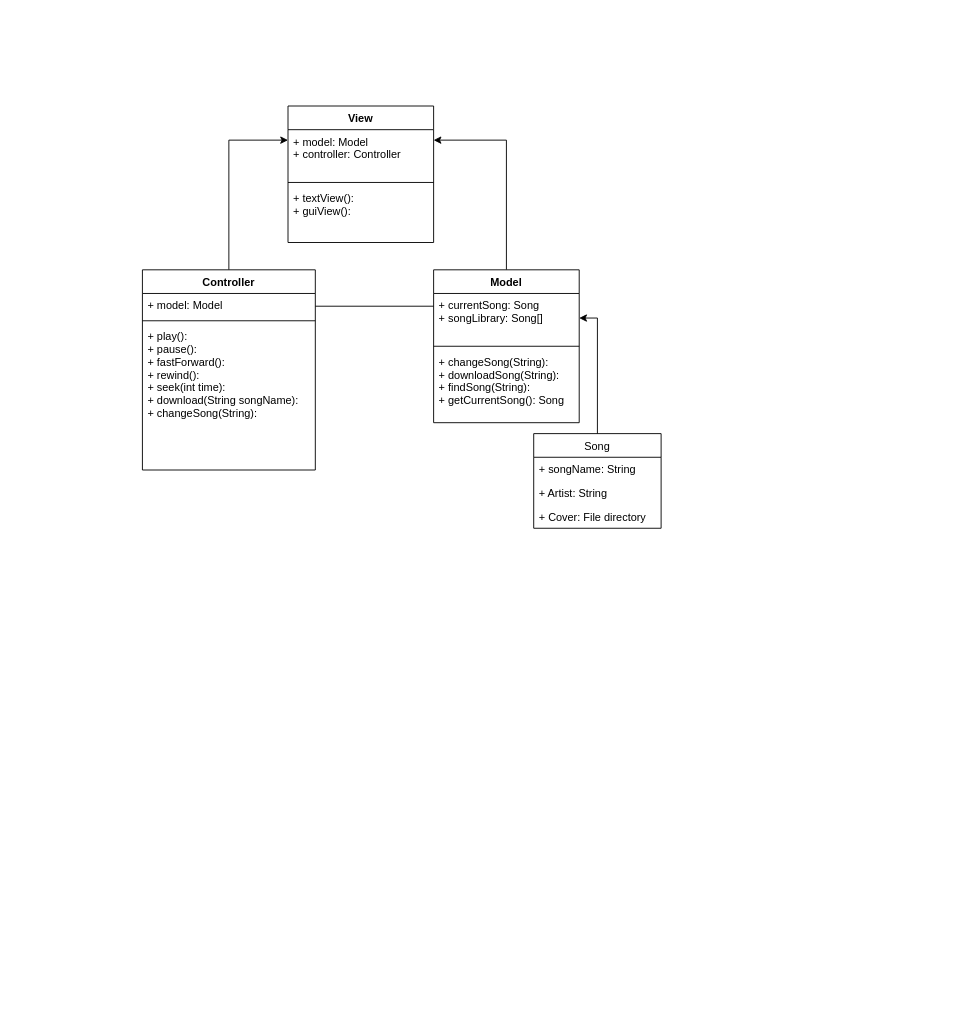
The draw.io diagram MusicPlayer.drawio in mygreentae/MusciPlayer, before the edit. Source tidied: cells renumbered, new cells numbered last; positions are measured from the earlier drawing's top-left corner, leaving out a move shared by most shapes. Both pictures are drawn from the tidied source at 91%, with x=0, y=0 at pixel (142, 106).
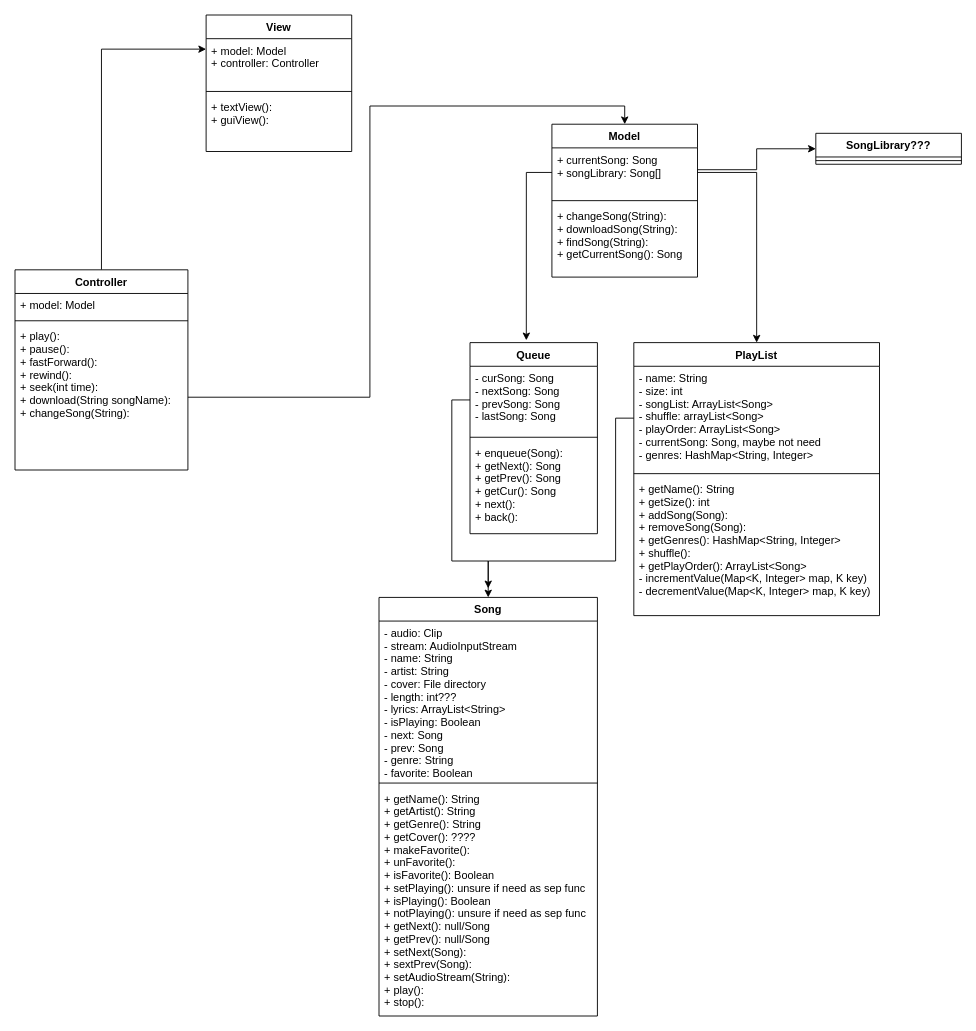
The same diagram, later.

The change refers to these unchanged cells:
```xml
<mxCell id="4" value="+ currentSong: Song&#10;+ songLibrary: Song[]" style="text;strokeColor=none;fillColor=none;align=left;verticalAlign=top;spacingLeft=4;spacingRight=4;overflow=hidden;points=[[0,0.5],[1,0.5]];portConstraint=eastwest;" parent="3" vertex="1">
  <mxGeometry y="26" width="160" height="54" as="geometry" />
</mxCell>
<mxCell id="11" value="+ play():&#10;+ pause():&#10;+ fastForward():&#10;+ rewind():&#10;+ seek(int time):&#10;+ download(String songName):&#10;+ changeSong(String):" style="text;strokeColor=none;fillColor=none;align=left;verticalAlign=top;spacingLeft=4;spacingRight=4;overflow=hidden;points=[[0,0.5],[1,0.5]];portConstraint=eastwest;" parent="8" vertex="1">
  <mxGeometry y="60" width="190" height="160" as="geometry" />
</mxCell>
```

What changed in the source:
```diff
@@
-    <mxCell id="2" style="edgeStyle=orthogonalEdgeStyle;rounded=0;jettySize=auto;html=1;exitX=0.5;exitY=0;exitDx=0;exitDy=0;entryX=1;entryY=0.25;entryDx=0;entryDy=0;" parent="1" edge="1" source="3" target="12">
-      <mxGeometry relative="1" as="geometry" />
-    </mxCell>
+    <mxCell id="22" style="edgeStyle=orthogonalEdgeStyle;rounded=0;jettySize=auto;html=1;entryX=0;entryY=0.5;entryDx=0;entryDy=0;" parent="1" edge="1" source="3" target="39">
+      <mxGeometry relative="1" as="geometry">
+        <Array as="points">
+          <mxPoint x="675" y="70" />
+          <mxPoint x="675" y="47" />
+        </Array>
+      </mxGeometry>
+    </mxCell>
     <mxCell id="3" value="Model" style="swimlane;fontStyle=1;align=center;verticalAlign=top;horizontal=1;startSize=26;" parent="1" vertex="1">
-      <mxGeometry x="320" y="180" width="160" height="168" as="geometry" />
+      <mxGeometry x="450" y="20" width="160" height="168" as="geometry" />
     </mxCell>
@@
     <mxCell id="8" value="Controller" style="swimlane;fontStyle=1;align=center;verticalAlign=top;horizontal=1;startSize=26;" parent="1" vertex="1">
-      <mxGeometry y="180" width="190" height="220" as="geometry" />
+      <mxGeometry x="-140" y="180" width="190" height="220" as="geometry" />
     </mxCell>
@@
     <mxCell id="12" value="View" style="swimlane;fontStyle=1;align=center;verticalAlign=top;horizontal=1;startSize=26;" parent="1" vertex="1">
-      <mxGeometry x="160" width="160" height="150" as="geometry" />
+      <mxGeometry x="70" y="-100" width="160" height="150" as="geometry" />
     </mxCell>
@@
-    <mxCell id="16" style="endArrow=none;html=1;edgeStyle=orthogonalEdgeStyle;rounded=0;" parent="1" edge="1">
-      <mxGeometry relative="1" as="geometry">
-        <mxPoint x="190" y="220" as="sourcePoint" />
-        <mxPoint x="320" y="220" as="targetPoint" />
-      </mxGeometry>
-    </mxCell>
-    <mxCell id="17" style="edgeStyle=orthogonalEdgeStyle;rounded=0;jettySize=auto;html=1;exitX=0.5;exitY=0;exitDx=0;exitDy=0;entryX=1;entryY=0.5;entryDx=0;entryDy=0;" parent="1" edge="1" source="18" target="4">
-      <mxGeometry relative="1" as="geometry" />
-    </mxCell>
+    <mxCell id="23" value="PlayList" style="swimlane;fontStyle=1;align=center;verticalAlign=top;horizontal=1;startSize=26;" parent="1" vertex="1">
+      <mxGeometry x="540" y="260" width="270" height="300" as="geometry" />
+    </mxCell>
+    <mxCell id="24" value="- name: String&#10;- size: int&#10;- songList: ArrayList&lt;Song&gt;&#10;- shuffle: arrayList&lt;Song&gt;&#10;- playOrder: ArrayList&lt;Song&gt;&#10;- currentSong: Song, maybe not need&#10;- genres: HashMap&lt;String, Integer&gt;" style="text;strokeColor=none;fillColor=none;align=left;verticalAlign=top;spacingLeft=4;spacingRight=4;overflow=hidden;points=[[0,0.5],[1,0.5]];portConstraint=eastwest;" parent="23" vertex="1">
+      <mxGeometry y="26" width="270" height="114" as="geometry" />
+    </mxCell>
+    <mxCell id="25" style="line;strokeWidth=1;fillColor=none;align=left;verticalAlign=middle;spacingTop=-1;spacingLeft=3;spacingRight=3;labelPosition=right;" parent="23" vertex="1">
+      <mxGeometry y="140" width="270" height="8" as="geometry" />
+    </mxCell>
+    <mxCell id="26" value="+ getName(): String&#10;+ getSize(): int&#10;+ addSong(Song):&#10;+ removeSong(Song):&#10;+ getGenres(): HashMap&lt;String, Integer&gt;&#10;+ shuffle(): &#10;+ getPlayOrder(): ArrayList&lt;Song&gt;&#10;- incrementValue(Map&lt;K, Integer&gt; map, K key)&#10;- decrementValue(Map&lt;K, Integer&gt; map, K key)" style="text;strokeColor=none;fillColor=none;align=left;verticalAlign=top;spacingLeft=4;spacingRight=4;overflow=hidden;" parent="23" vertex="1">
+      <mxGeometry y="148" width="270" height="152" as="geometry" />
+    </mxCell>
+    <mxCell id="27" value="Queue" style="swimlane;fontStyle=1;align=center;verticalAlign=top;horizontal=1;startSize=26;" parent="1" vertex="1">
+      <mxGeometry x="360" y="260" width="140" height="210" as="geometry" />
+    </mxCell>
+    <mxCell id="28" value="- curSong: Song&#10;- nextSong: Song&#10;- prevSong: Song&#10;- lastSong: Song" style="text;strokeColor=none;fillColor=none;align=left;verticalAlign=top;spacingLeft=4;spacingRight=4;overflow=hidden;points=[[0,0.5],[1,0.5]];portConstraint=eastwest;" parent="27" vertex="1">
+      <mxGeometry y="26" width="140" height="74" as="geometry" />
+    </mxCell>
+    <mxCell id="29" style="line;strokeWidth=1;fillColor=none;align=left;verticalAlign=middle;spacingTop=-1;spacingLeft=3;spacingRight=3;labelPosition=right;" parent="27" vertex="1">
+      <mxGeometry y="100" width="140" height="8" as="geometry" />
+    </mxCell>
+    <mxCell id="30" value="+ enqueue(Song): &#10;+ getNext(): Song&#10;+ getPrev(): Song&#10;+ getCur(): Song&#10;+ next():&#10;+ back():" style="text;strokeColor=none;fillColor=none;align=left;verticalAlign=top;spacingLeft=4;spacingRight=4;overflow=hidden;" parent="27" vertex="1">
+      <mxGeometry y="108" width="140" height="102" as="geometry" />
+    </mxCell>
-    <mxCell id="18" value="Song" style="swimlane;fontStyle=0;horizontal=1;startSize=26;fillColor=none;" parent="1" vertex="1">
-      <mxGeometry x="430" y="360" width="140" height="104" as="geometry" />
+    <mxCell id="18" value="Song" style="swimlane;fontStyle=1;align=center;verticalAlign=top;horizontal=1;startSize=26;" parent="1" vertex="1">
+      <mxGeometry x="260" y="540" width="240" height="460" as="geometry" />
     </mxCell>
-    <mxCell id="19" value="+ songName: String" style="text;strokeColor=none;fillColor=none;align=left;verticalAlign=top;spacingLeft=4;spacingRight=4;overflow=hidden;" parent="18" vertex="1">
-      <mxGeometry y="26" width="140" height="26" as="geometry" />
-    </mxCell>
-    <mxCell id="20" value="+ Artist: String" style="text;strokeColor=none;fillColor=none;align=left;verticalAlign=top;spacingLeft=4;spacingRight=4;overflow=hidden;" parent="18" vertex="1">
-      <mxGeometry y="52" width="140" height="26" as="geometry" />
-    </mxCell>
-    <mxCell id="21" value="+ Cover: File directory" style="text;strokeColor=none;fillColor=none;align=left;verticalAlign=top;spacingLeft=4;spacingRight=4;overflow=hidden;" parent="18" vertex="1">
-      <mxGeometry y="78" width="140" height="26" as="geometry" />
-    </mxCell>
+    <mxCell id="31" value="- audio: Clip&#10;- stream: AudioInputStream&#10;- name: String&#10;- artist: String&#10;- cover: File directory&#10;- length: int???&#10;- lyrics: ArrayList&lt;String&gt;&#10;- isPlaying: Boolean&#10;- next: Song&#10;- prev: Song&#10;- genre: String&#10;- favorite: Boolean" style="text;strokeColor=none;fillColor=none;align=left;verticalAlign=top;spacingLeft=4;spacingRight=4;overflow=hidden;" parent="18" vertex="1">
+      <mxGeometry y="26" width="240" height="174" as="geometry" />
+    </mxCell>
+    <mxCell id="32" style="line;strokeWidth=1;fillColor=none;align=left;verticalAlign=middle;spacingTop=-1;spacingLeft=3;spacingRight=3;labelPosition=right;" parent="18" vertex="1">
+      <mxGeometry y="200" width="240" height="8" as="geometry" />
+    </mxCell>
+    <mxCell id="33" value="+ getName(): String&#10;+ getArtist(): String&#10;+ getGenre(): String&#10;+ getCover(): ????&#10;+ makeFavorite():&#10;+ unFavorite():&#10;+ isFavorite(): Boolean&#10;+ setPlaying(): unsure if need as sep func&#10;+ isPlaying(): Boolean&#10;+ notPlaying(): unsure if need as sep func&#10;+ getNext(): null/Song&#10;+ getPrev(): null/Song&#10;+ setNext(Song):&#10;+ sextPrev(Song):&#10;+ setAudioStream(String):&#10;+ play():&#10;+ stop():" style="text;strokeColor=none;fillColor=none;align=left;verticalAlign=top;spacingLeft=4;spacingRight=4;overflow=hidden;" parent="18" vertex="1">
+      <mxGeometry y="208" width="240" height="252" as="geometry" />
+    </mxCell>
+    <mxCell id="34" style="edgeStyle=orthogonalEdgeStyle;rounded=0;jettySize=auto;html=1;entryX=0.5;entryY=0;entryDx=0;entryDy=0;" parent="1" edge="1" source="11" target="3">
+      <mxGeometry relative="1" as="geometry" />
+    </mxCell>
+    <mxCell id="35" style="edgeStyle=orthogonalEdgeStyle;rounded=0;jettySize=auto;html=1;" parent="1" edge="1" source="4" target="23">
+      <mxGeometry relative="1" as="geometry" />
+    </mxCell>
+    <mxCell id="36" style="edgeStyle=orthogonalEdgeStyle;rounded=0;jettySize=auto;html=1;entryX=0.442;entryY=-0.012;entryDx=0;entryDy=0;entryPerimeter=0;" parent="1" edge="1" source="4" target="27">
+      <mxGeometry relative="1" as="geometry" />
+    </mxCell>
+    <mxCell id="37" style="edgeStyle=orthogonalEdgeStyle;rounded=0;jettySize=auto;html=1;exitX=0;exitY=0.5;exitDx=0;exitDy=0;entryX=0.5;entryY=0;entryDx=0;entryDy=0;" parent="1" edge="1" source="28" target="18">
+      <mxGeometry relative="1" as="geometry">
+        <Array as="points">
+          <mxPoint x="340" y="323" />
+          <mxPoint x="340" y="500" />
+          <mxPoint x="380" y="500" />
+        </Array>
+      </mxGeometry>
+    </mxCell>
+    <mxCell id="38" style="edgeStyle=orthogonalEdgeStyle;rounded=0;jettySize=auto;html=1;exitX=0;exitY=0.5;exitDx=0;exitDy=0;" parent="1" edge="1" source="24">
+      <mxGeometry relative="1" as="geometry">
+        <mxPoint x="380" y="530" as="targetPoint" />
+        <Array as="points">
+          <mxPoint x="520" y="343" />
+          <mxPoint x="520" y="500" />
+          <mxPoint x="380" y="500" />
+        </Array>
+      </mxGeometry>
+    </mxCell>
+    <mxCell id="39" value="SongLibrary???" style="swimlane;fontStyle=1;align=center;verticalAlign=top;horizontal=1;startSize=26;" parent="1" vertex="1">
+      <mxGeometry x="740" y="30" width="160" height="34" as="geometry" />
+    </mxCell>
+    <mxCell id="40" style="line;strokeWidth=1;fillColor=none;align=left;verticalAlign=middle;spacingTop=-1;spacingLeft=3;spacingRight=3;labelPosition=right;" parent="39" vertex="1">
+      <mxGeometry y="26" width="160" height="8" as="geometry" />
+    </mxCell>
```
